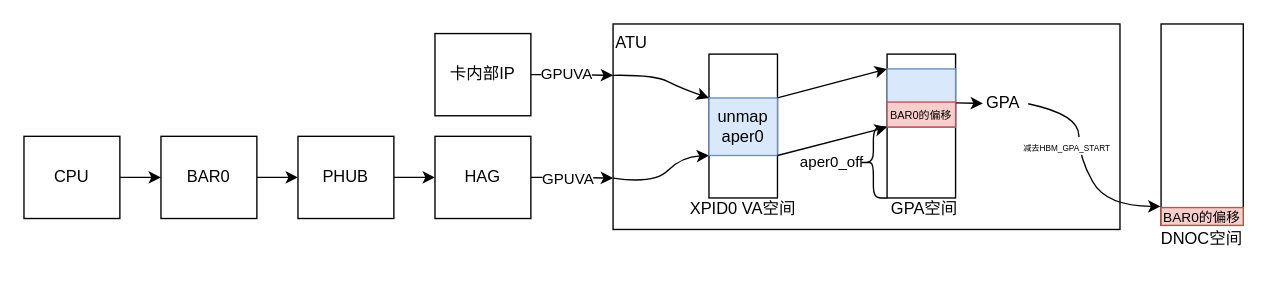
denglin12315/drawio_repo keeps this draw.io diagram as hag工作原理图.drawio. Above is the earlier version. Source tidied: cells renumbered, new cells numbered last; positions are measured from the earlier drawing's top-left corner, leaving out a move shared by most shapes. Both pictures are drawn from the tidied source at 137%, with x=0, y=0 at pixel (23, 23).
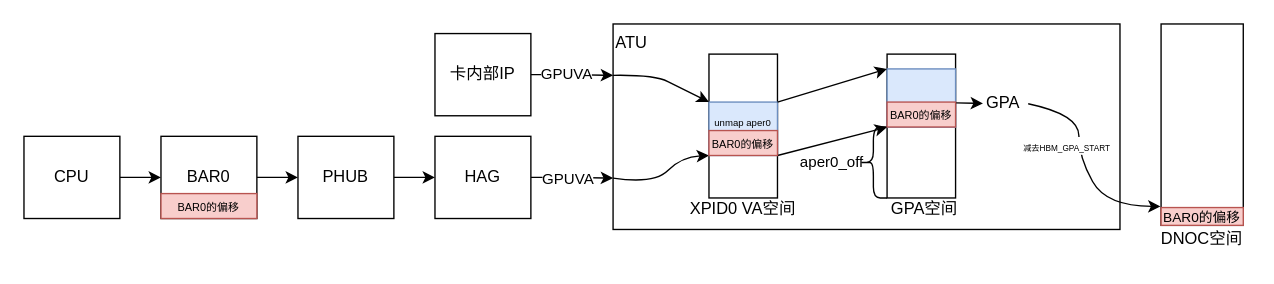
Above is the later version.

Commit message (it also covers changes not shown here):
更新hag工作原理图.drawio

The edit, as a diff of the source:
```diff
@@
-    <mxCell id="17" value="unmap aper0" style="rounded=0;whiteSpace=wrap;html=1;fillColor=#dae8fc;strokeColor=#6c8ebf;" parent="1" vertex="1">
-      <mxGeometry x="500" y="54" width="50" height="42" as="geometry" />
+    <mxCell id="17" value="&lt;font style=&quot;font-size: 7px;&quot;&gt;unmap aper0&lt;/font&gt;" style="rounded=0;whiteSpace=wrap;html=1;fillColor=#dae8fc;strokeColor=#6c8ebf;verticalAlign=top;" parent="1" vertex="1">
+      <mxGeometry x="500" y="57" width="50" height="39" as="geometry" />
     </mxCell>
@@
+    <mxCell id="35" value="&lt;font style=&quot;font-size: 8px;&quot;&gt;BAR0的偏移&lt;/font&gt;" style="rounded=0;whiteSpace=wrap;html=1;fillColor=#f8cecc;strokeColor=#b85450;fontSize=10;" parent="1" vertex="1">
+      <mxGeometry x="500" y="77.8" width="50" height="18.2" as="geometry" />
+    </mxCell>
+    <mxCell id="36" value="&lt;font style=&quot;font-size: 8px;&quot;&gt;BAR0的偏移&lt;/font&gt;" style="rounded=0;whiteSpace=wrap;html=1;fillColor=#f8cecc;strokeColor=#b85450;fontSize=10;" parent="1" vertex="1">
+      <mxGeometry x="100" y="123.8" width="70" height="18.2" as="geometry" />
+    </mxCell>
```
